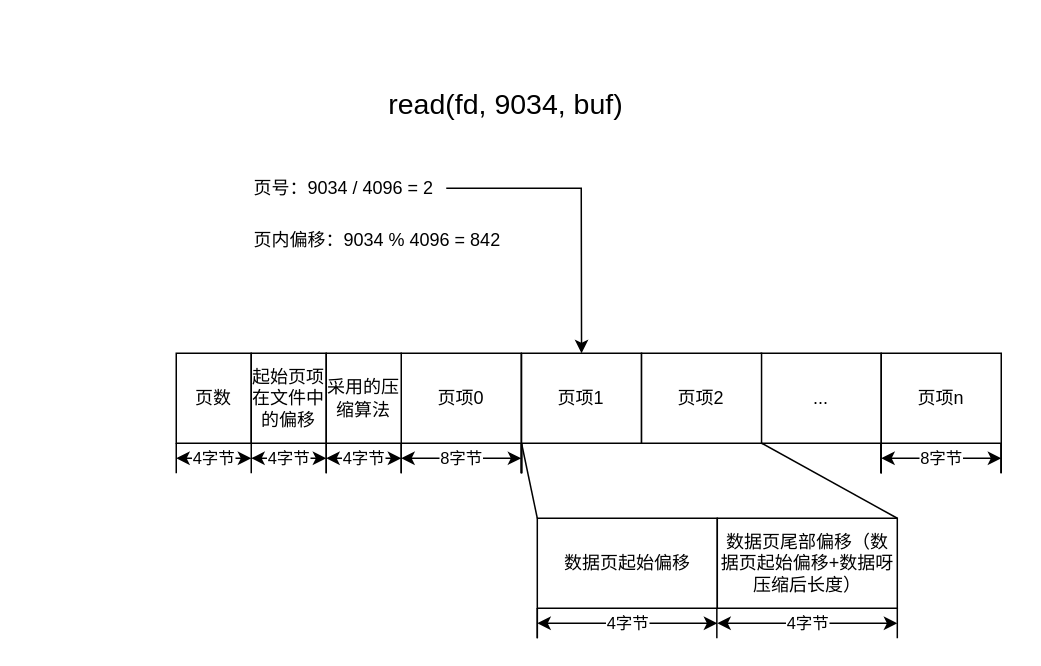
gokucai/drawio_repo keeps this draw.io diagram as 读文件流程.drawio. Above is the earlier version. Source tidied: cells renumbered, new cells numbered last; positions are measured from the earlier drawing's top-left corner, leaving out a move shared by most shapes. Both pictures are drawn from the tidied source at 150%, with x=0, y=0 at pixel (176, 82).
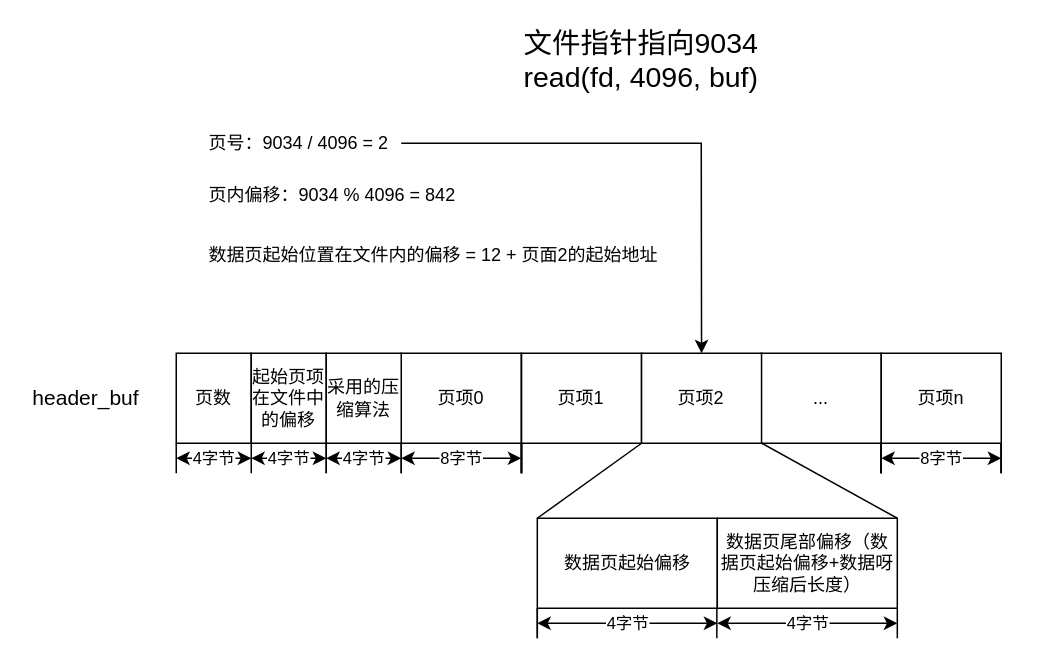
After the change.

Commit message (it also covers changes not shown here):
更新读文件流程.drawio

Unchanged cells that the change refers to:
```xml
<mxCell id="21" value="页项1" style="rounded=0;whiteSpace=wrap;html=1;" parent="1" vertex="1">
  <mxGeometry x="230.2" y="180" width="80" height="60" as="geometry" />
</mxCell>
<mxCell id="24" value="数据页起始偏移" style="rounded=0;whiteSpace=wrap;html=1;" parent="1" vertex="1">
  <mxGeometry x="240.7" y="290" width="120" height="60" as="geometry" />
</mxCell>
<mxCell id="44" value="页项2" style="rounded=0;whiteSpace=wrap;html=1;" parent="1" vertex="1">
  <mxGeometry x="310.2" y="180" width="80" height="60" as="geometry" />
</mxCell>
```

Change to the diagram source:
```diff
@@
-    <mxCell id="23" style="endArrow=none;html=1;rounded=0;entryX=0;entryY=1;entryDx=0;entryDy=0;exitX=0;exitY=0;exitDx=0;exitDy=0;" parent="1" edge="1" source="24" target="21">
+    <mxCell id="23" style="endArrow=none;html=1;rounded=0;entryX=0;entryY=1;entryDx=0;entryDy=0;exitX=0;exitY=0;exitDx=0;exitDy=0;" parent="1" edge="1" source="24" target="44">
       <mxGeometry relative="1" as="geometry" />
     </mxCell>
@@
-    <mxCell id="39" value="&lt;font style=&quot;font-size: 19px;&quot;&gt;read(fd, 9034, buf)&lt;/font&gt;" style="text;html=1;strokeColor=none;fillColor=none;align=center;verticalAlign=middle;whiteSpace=wrap;rounded=0;fontSize=16;" parent="1" vertex="1">
-      <mxGeometry x="100" width="240" height="30" as="geometry" />
+    <mxCell id="39" value="&lt;font style=&quot;font-size: 19px;&quot;&gt;文件指针指向9034&lt;br&gt;read(fd, 4096, buf)&lt;/font&gt;" style="text;html=1;strokeColor=none;fillColor=none;align=left;verticalAlign=middle;whiteSpace=wrap;rounded=0;fontSize=16;" parent="1" vertex="1">
+      <mxGeometry x="230.2" y="-30" width="240" height="30" as="geometry" />
     </mxCell>
@@
     <mxCell id="41" value="页号：9034 / 4096 = 2" style="text;html=1;strokeColor=none;fillColor=none;align=left;verticalAlign=middle;whiteSpace=wrap;rounded=0;" parent="1" vertex="1">
-      <mxGeometry x="50" y="60" width="130" height="20" as="geometry" />
+      <mxGeometry x="20" y="30" width="130" height="20" as="geometry" />
     </mxCell>
     <mxCell id="42" value="页内偏移：9034 % 4096 = 842" style="text;html=1;strokeColor=none;fillColor=none;align=left;verticalAlign=middle;whiteSpace=wrap;rounded=0;" parent="1" vertex="1">
-      <mxGeometry x="50" y="90" width="180" height="30" as="geometry" />
+      <mxGeometry x="20" y="60" width="180" height="30" as="geometry" />
     </mxCell>
-    <mxCell id="43" style="endArrow=classic;html=1;rounded=0;exitX=1;exitY=0.5;exitDx=0;exitDy=0;entryX=0.5;entryY=0;entryDx=0;entryDy=0;" parent="1" edge="1" source="41" target="21">
+    <mxCell id="43" style="endArrow=classic;html=1;rounded=0;exitX=1;exitY=0.5;exitDx=0;exitDy=0;entryX=0.5;entryY=0;entryDx=0;entryDy=0;" parent="1" edge="1" source="41" target="44">
       <mxGeometry relative="1" as="geometry">
         <Array as="points">
-          <mxPoint x="270" y="70" />
+          <mxPoint x="350" y="40" />
         </Array>
       </mxGeometry>
     </mxCell>
@@
+    <mxCell id="45" value="数据页起始位置在文件内的偏移 = 12 + 页面2的起始地址" style="text;html=1;strokeColor=none;fillColor=none;align=left;verticalAlign=middle;whiteSpace=wrap;rounded=0;" parent="1" vertex="1">
+      <mxGeometry x="20" y="100" width="310" height="30" as="geometry" />
+    </mxCell>
+    <mxCell id="46" value="&lt;font style=&quot;font-size: 14px;&quot;&gt;header_buf&lt;/font&gt;" style="text;html=1;strokeColor=none;fillColor=none;align=center;verticalAlign=middle;whiteSpace=wrap;rounded=0;" parent="1" vertex="1">
+      <mxGeometry x="-100" y="187.5" width="80" height="45" as="geometry" />
+    </mxCell>
```
